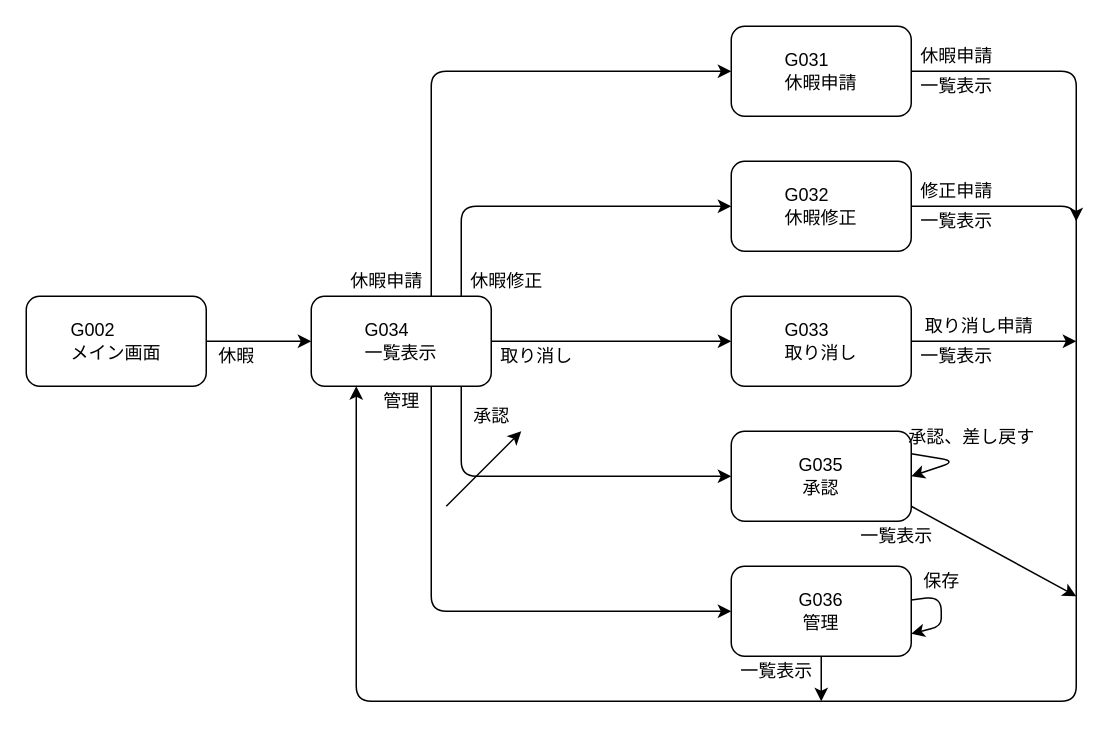
Earlier version of the draw.io diagram 상세설계서/Untitled Diagram.drawio (lioncubKR/Document). Source tidied: cells renumbered, new cells numbered last; positions are measured from the earlier drawing's top-left corner, leaving out a move shared by most shapes. Both pictures are drawn from the tidied source at 150%, with x=0, y=0 at pixel (26, 26).
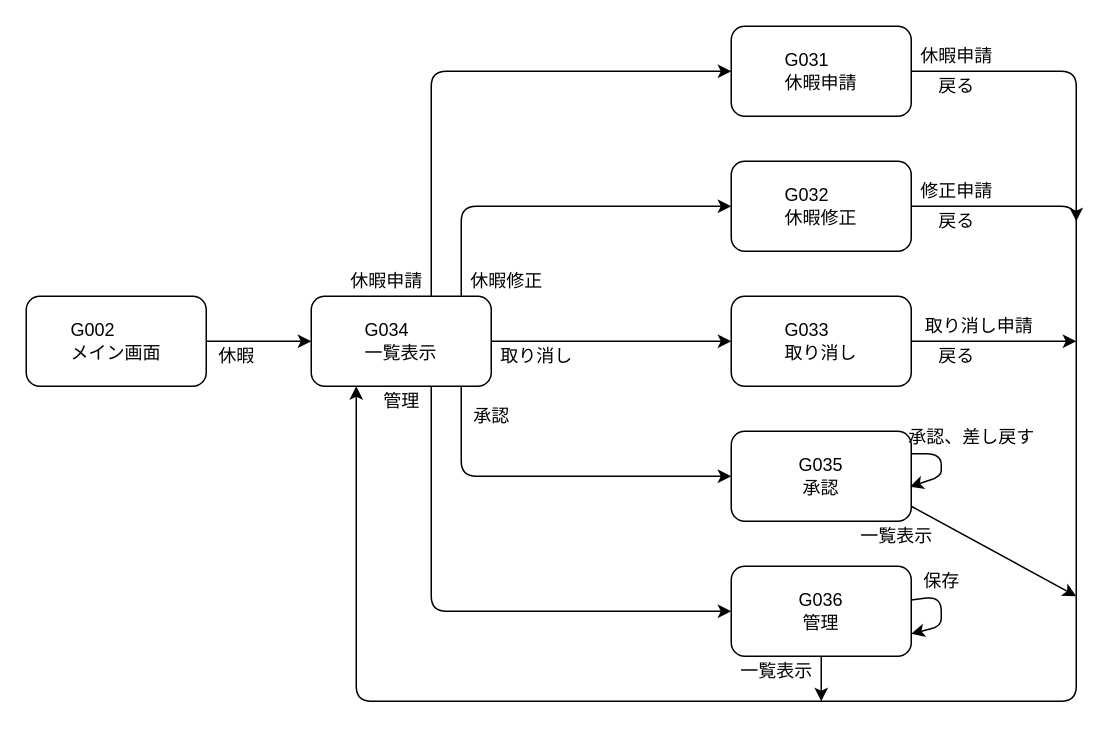
The same diagram, later.

Unchanged cells that the change refers to:
```xml
<mxCell id="2" style="group;" parent="1" vertex="1">
  <mxGeometry width="700" height="450" as="geometry" />
</mxCell>
<mxCell id="4" value="G035&lt;br&gt;承認" style="rounded=1;whiteSpace=wrap;html=1;" parent="2" vertex="1">
  <mxGeometry x="470" y="270" width="120" height="60" as="geometry" />
</mxCell>
```

Diff of the diagram source:
```diff
@@
-    <mxCell id="32" style="endArrow=classic;html=1;exitX=1;exitY=0.25;exitDx=0;exitDy=0;entryX=1;entryY=0.5;entryDx=0;entryDy=0;" parent="2" edge="1" source="4" target="4">
+    <mxCell id="32" style="endArrow=classic;html=1;exitX=1;exitY=0.25;exitDx=0;exitDy=0;entryX=0.993;entryY=0.617;entryDx=0;entryDy=0;entryPerimeter=0;" parent="2" edge="1" source="4" target="4">
       <mxGeometry relative="1" as="geometry">
         <Array as="points">
-          <mxPoint x="620" y="290" />
+          <mxPoint x="610" y="285" />
+          <mxPoint x="610" y="300" />
         </Array>
       </mxGeometry>
     </mxCell>
-    <mxCell id="33" style="endArrow=classic;html=1;" parent="2" edge="1">
-      <mxGeometry relative="1" as="geometry">
-        <mxPoint x="280" y="320" as="sourcePoint" />
-        <mxPoint x="330" y="270" as="targetPoint" />
-      </mxGeometry>
-    </mxCell>
@@
-    <mxCell id="37" value="一覧表示" style="text;html=1;align=center;verticalAlign=middle;" parent="2" vertex="1">
-      <mxGeometry x="590" y="30" width="60" height="20" as="geometry" />
+    <mxCell id="37" value="戻る" style="text;html=1;align=center;verticalAlign=middle;" parent="2" vertex="1">
+      <mxGeometry x="600" y="30" width="40" height="20" as="geometry" />
     </mxCell>
-    <mxCell id="38" value="一覧表示" style="text;html=1;align=center;verticalAlign=middle;" parent="2" vertex="1">
-      <mxGeometry x="590" y="120" width="60" height="20" as="geometry" />
+    <mxCell id="38" value="戻る" style="text;html=1;align=center;verticalAlign=middle;" parent="2" vertex="1">
+      <mxGeometry x="600" y="120" width="40" height="20" as="geometry" />
     </mxCell>
-    <mxCell id="39" value="一覧表示" style="text;html=1;align=center;verticalAlign=middle;" parent="2" vertex="1">
-      <mxGeometry x="590" y="210" width="60" height="20" as="geometry" />
+    <mxCell id="39" value="戻る" style="text;html=1;align=center;verticalAlign=middle;" parent="2" vertex="1">
+      <mxGeometry x="600" y="210" width="40" height="20" as="geometry" />
     </mxCell>
```
